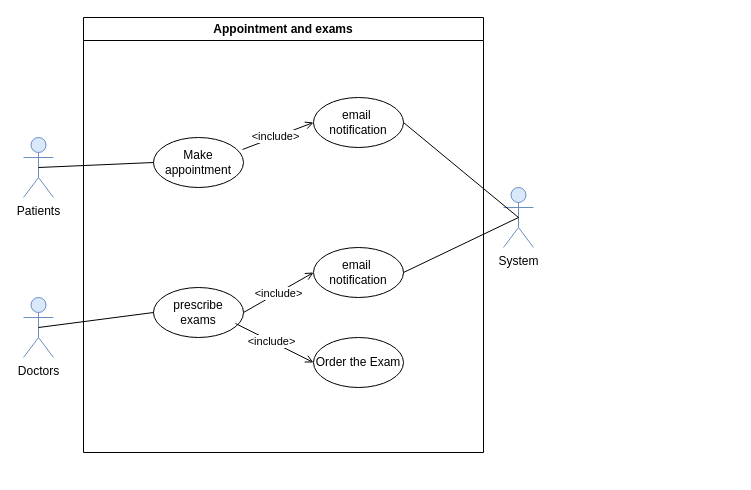
Before: Appointment_and_exam.drawio in IndecentTulip/Online-Health-Monitoring-System, a draw.io diagram. Source tidied: cells renumbered, new cells numbered last; positions are measured from the earlier drawing's top-left corner, leaving out a move shared by most shapes. Both pictures are drawn from the tidied source at 100%, with x=0, y=0 at pixel (23, 17).
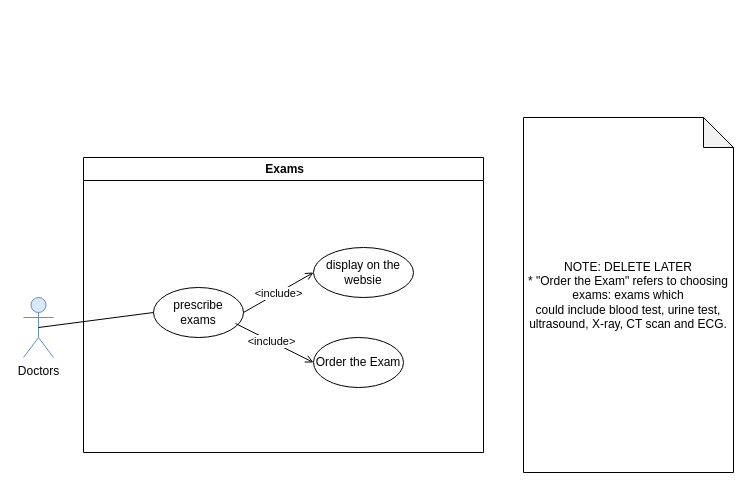
Above is the later version.

Change to the diagram source:
```diff
@@
-    <mxCell id="3" value="Make appointment" style="ellipse;whiteSpace=wrap;html=1;" parent="1" vertex="1">
-      <mxGeometry x="130" y="120" width="90" height="50" as="geometry" />
-    </mxCell>
-    <mxCell id="4" value="Patients" style="shape=umlActor;verticalLabelPosition=bottom;verticalAlign=top;html=1;outlineConnect=0;fillColor=#dae8fc;strokeColor=#6c8ebf;" parent="1" vertex="1">
-      <mxGeometry y="120" width="30" height="60" as="geometry" />
-    </mxCell>
@@
-    <mxCell id="6" value="System" style="shape=umlActor;verticalLabelPosition=bottom;verticalAlign=top;html=1;outlineConnect=0;fillColor=#dae8fc;strokeColor=#6c8ebf;" parent="1" vertex="1">
-      <mxGeometry x="480" y="170" width="30" height="60" as="geometry" />
-    </mxCell>
-    <mxCell id="7" style="endArrow=none;html=1;rounded=0;exitX=0.5;exitY=0.5;exitDx=0;exitDy=0;exitPerimeter=0;entryX=0;entryY=0.5;entryDx=0;entryDy=0;" parent="1" edge="1" source="4" target="3">
-      <mxGeometry relative="1" as="geometry" />
-    </mxCell>
@@
-    <mxCell id="9" value="&lt;div&gt;email&amp;nbsp;&lt;/div&gt;&lt;div&gt;notification&lt;/div&gt;" style="ellipse;whiteSpace=wrap;html=1;" parent="1" vertex="1">
-      <mxGeometry x="290" y="80" width="90" height="50" as="geometry" />
-    </mxCell>
-    <mxCell id="10" value="&lt;div&gt;email&amp;nbsp;&lt;/div&gt;&lt;div&gt;notification&lt;/div&gt;" style="ellipse;whiteSpace=wrap;html=1;" parent="1" vertex="1">
-      <mxGeometry x="290" y="230" width="90" height="50" as="geometry" />
+    <mxCell id="10" value="display on the websie" style="ellipse;whiteSpace=wrap;html=1;" parent="1" vertex="1">
+      <mxGeometry x="290" y="230" width="100" height="50" as="geometry" />
     </mxCell>
@@
-    <mxCell id="13" style="endArrow=open;html=1;rounded=0;exitX=0.989;exitY=0.24;exitDx=0;exitDy=0;entryX=0;entryY=0.5;entryDx=0;entryDy=0;exitPerimeter=0;endFill=0;" parent="1" edge="1" source="3" target="9">
-      <mxGeometry relative="1" as="geometry" />
-    </mxCell>
-    <mxCell id="14" value="&amp;lt;include&amp;gt;" style="edgeLabel;html=1;align=center;verticalAlign=middle;" parent="13" vertex="1">
-      <mxGeometry x="-0.07" relative="1" as="geometry">
-        <mxPoint y="-1" as="offset" />
-      </mxGeometry>
-    </mxCell>
@@
-    <mxCell id="18" style="endArrow=none;html=1;rounded=0;exitX=1;exitY=0.5;exitDx=0;exitDy=0;entryX=0.5;entryY=0.5;entryDx=0;entryDy=0;entryPerimeter=0;" parent="1" edge="1" source="9" target="6">
-      <mxGeometry relative="1" as="geometry" />
-    </mxCell>
-    <mxCell id="19" style="endArrow=none;html=1;rounded=0;exitX=1;exitY=0.5;exitDx=0;exitDy=0;entryX=0.5;entryY=0.5;entryDx=0;entryDy=0;entryPerimeter=0;" parent="1" edge="1" source="10" target="6">
-      <mxGeometry relative="1" as="geometry" />
-    </mxCell>
-    <mxCell id="20" value="Appointment and exams" style="swimlane;whiteSpace=wrap;html=1;" parent="1" vertex="1">
-      <mxGeometry x="60" width="400" height="435" as="geometry" />
+    <mxCell id="20" value="&amp;nbsp;Exams" style="swimlane;whiteSpace=wrap;html=1;" parent="1" vertex="1">
+      <mxGeometry x="60" y="140" width="400" height="295" as="geometry" />
     </mxCell>
+    <mxCell id="21" value="NOTE: DELETE LATER&lt;br&gt;* &quot;Order the Exam&quot; refers to choosing exams: exams which&lt;br&gt;could include blood test, urine test, ultrasound, X-ray, CT scan and ECG. " style="shape=note;whiteSpace=wrap;html=1;backgroundOutline=1;darkOpacity=0.05;" parent="1" vertex="1">
+      <mxGeometry x="500" y="100" width="210" height="355" as="geometry" />
+    </mxCell>
```
